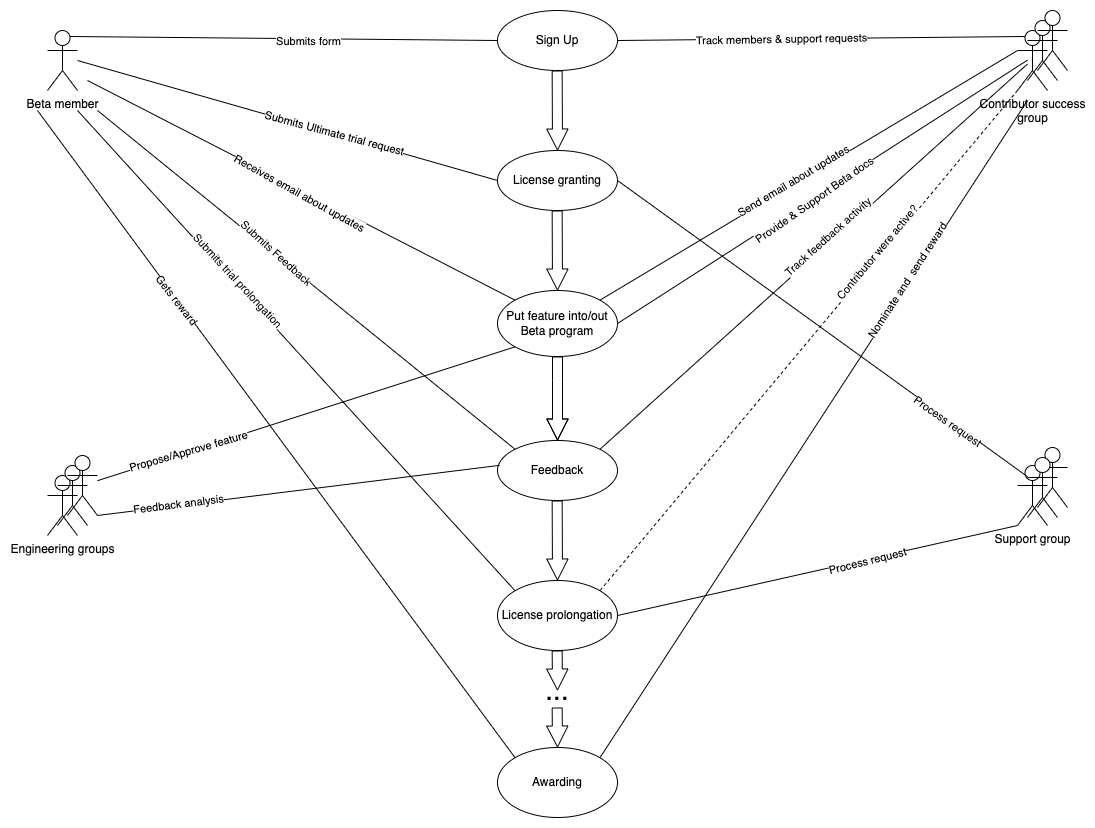
The draw.io diagram static/images/handbook/marketing/developer-relations/community-programs/gitlab-beta/use-cases-diagram.png in secretstartups/handbook, before a commit. Source tidied: cells renumbered, new cells last; positions are measured from the earlier drawing's top-left corner, leaving out a move shared by most shapes.
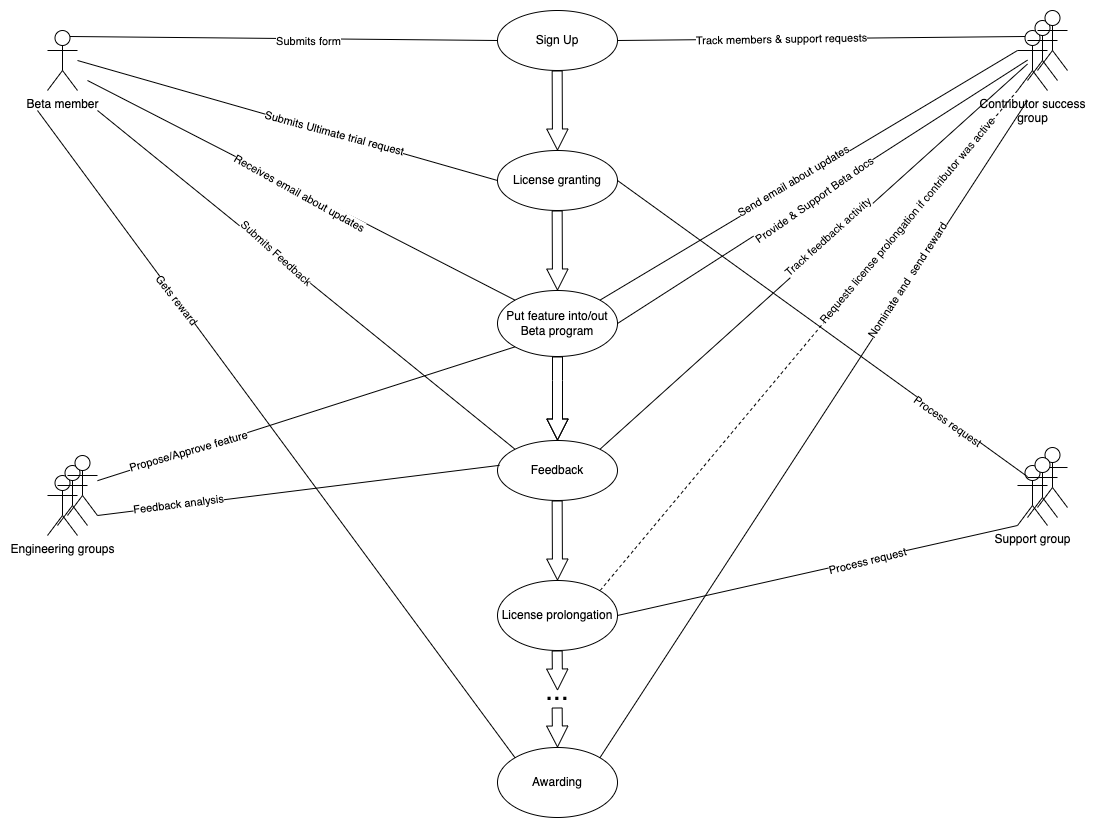
After the commit.

Diff of the diagram source:
```diff
@@ -39,16 +39,6 @@
     <mxCell id="12" value="License prolongation" style="ellipse;whiteSpace=wrap;html=1;" parent="1" vertex="1">
       <mxGeometry x="460" y="570" width="120" height="70" as="geometry" />
     </mxCell>
-    <mxCell id="13" style="endArrow=none;html=1;rounded=0;exitX=0;exitY=0;exitDx=0;exitDy=0;" parent="1" edge="1" source="12">
-      <mxGeometry relative="1" as="geometry">
-        <mxPoint x="40" y="100" as="targetPoint" />
-      </mxGeometry>
-    </mxCell>
-    <mxCell id="14" value="Submits trial prolongation" style="edgeLabel;html=1;align=center;verticalAlign=middle;rotation=47;" parent="13" vertex="1">
-      <mxGeometry y="1" relative="1" as="geometry">
-        <mxPoint x="-58" y="-71" as="offset" />
-      </mxGeometry>
-    </mxCell>
     <mxCell id="15" value="Feedback" style="ellipse;whiteSpace=wrap;html=1;" parent="1" vertex="1">
       <mxGeometry x="460" y="430" width="120" height="60" as="geometry" />
     </mxCell>
@@ -87,9 +77,9 @@
     <mxCell id="24" style="endArrow=none;dashed=1;html=1;rounded=0;entryX=1;entryY=0;entryDx=0;entryDy=0;exitX=0;exitY=1;exitDx=0;exitDy=0;exitPerimeter=0;" parent="1" edge="1" source="18" target="12">
       <mxGeometry relative="1" as="geometry" />
     </mxCell>
-    <mxCell id="25" value="Contributor were active?" style="edgeLabel;html=1;align=center;verticalAlign=middle;rotation=-50;" parent="24" vertex="1">
+    <mxCell id="25" value="Requests license prolongation if contributor was active" style="edgeLabel;html=1;align=center;verticalAlign=middle;rotation=-50;" parent="24" vertex="1">
       <mxGeometry x="0.24" y="-1" relative="1" as="geometry">
-        <mxPoint x="120" y="-148" as="offset" />
+        <mxPoint x="150" y="-180" as="offset" />
       </mxGeometry>
     </mxCell>
     <mxCell id="26" value="Support group" style="shape=umlActor;verticalLabelPosition=bottom;verticalAlign=top;html=1;outlineConnect=0;" parent="1" vertex="1">
```
